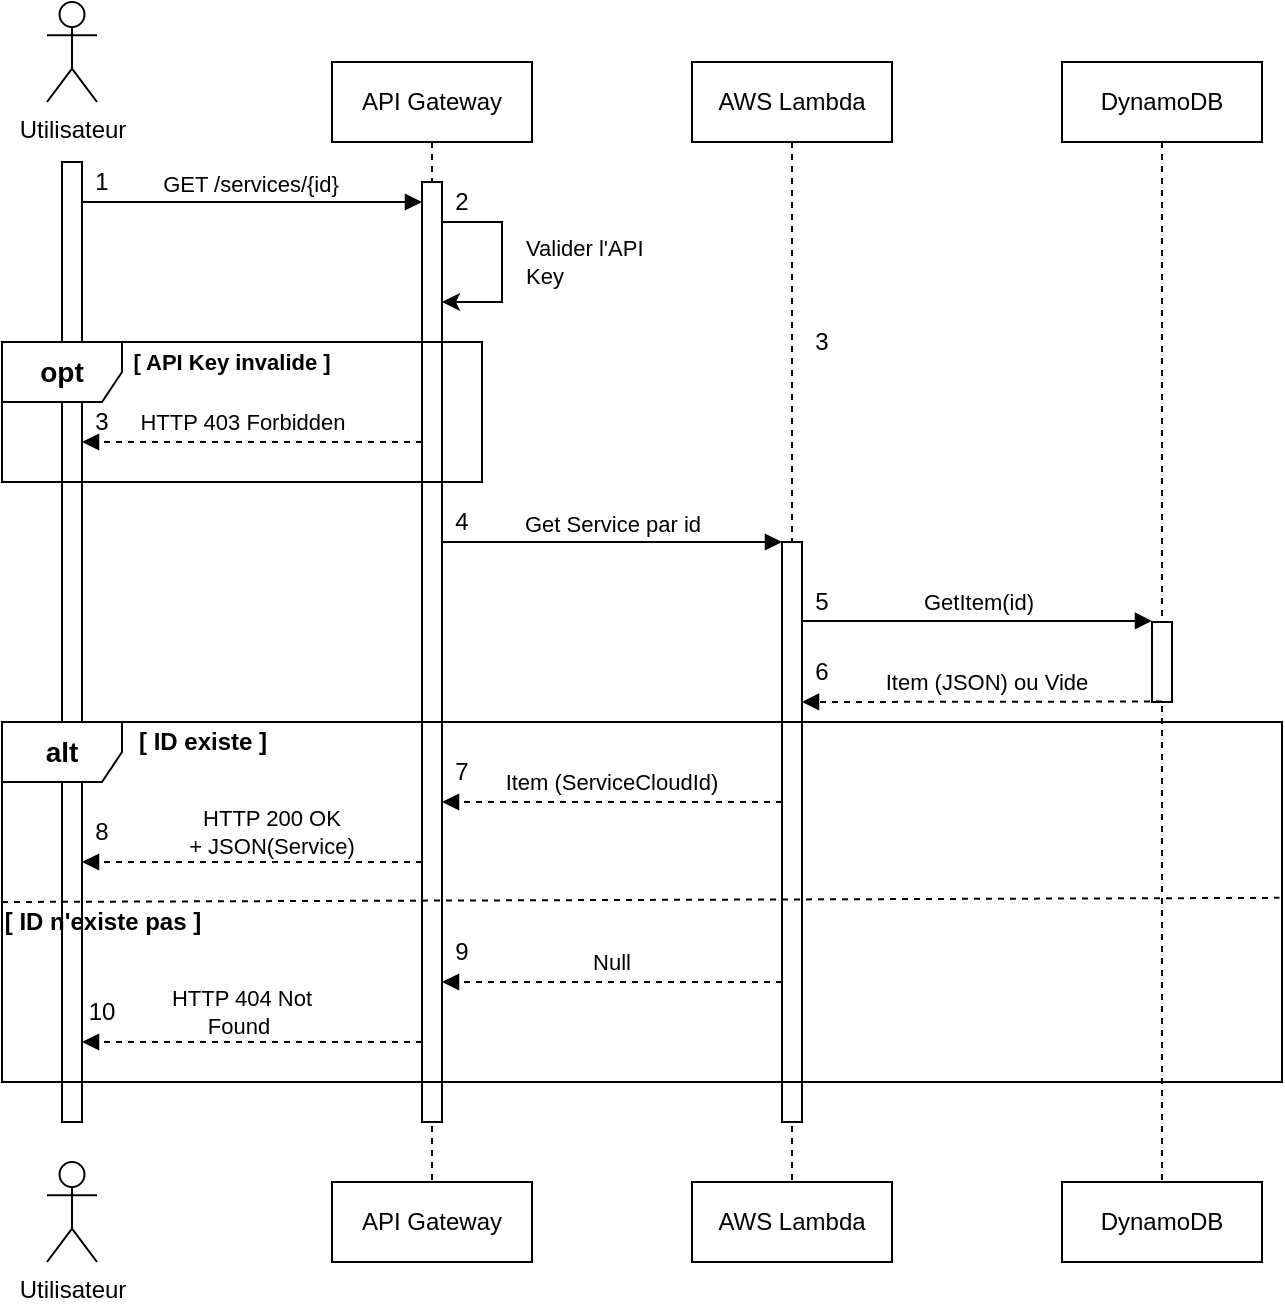
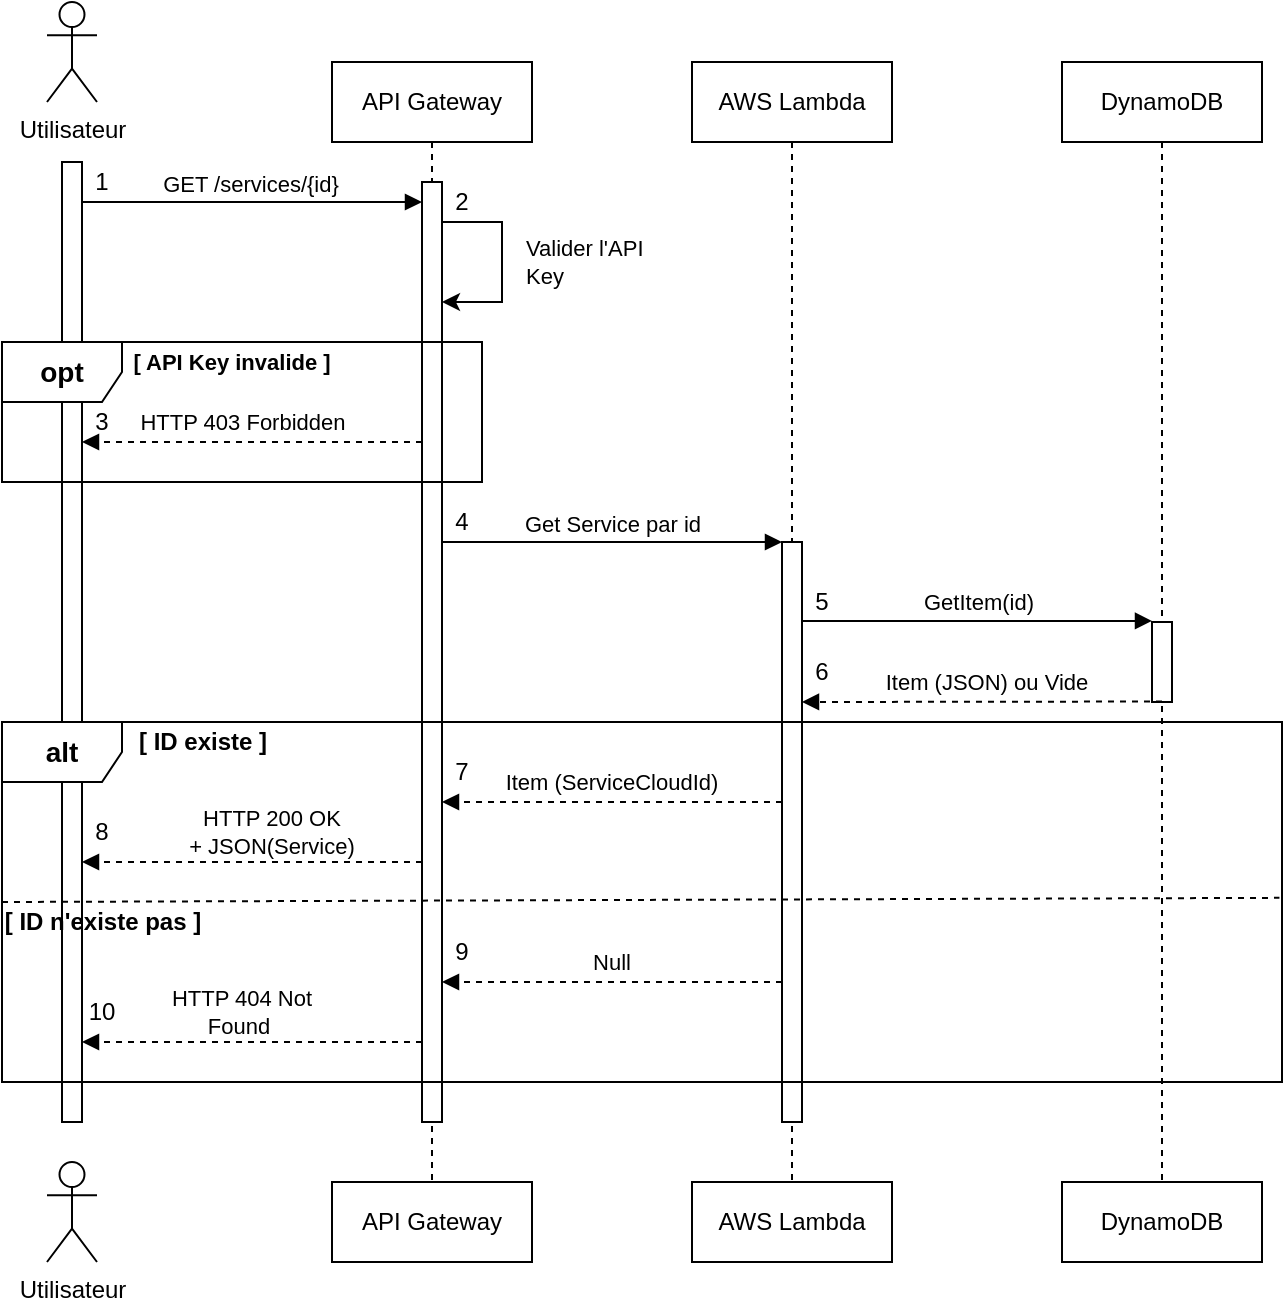
<mxfile host="app.diagrams.net" agent="5.0 (Macintosh; Intel Mac OS X 10_15_7) AppleWebKit/537.36 (KHTML, like Gecko) Chrome/109.0.0.0 Safari/537.36">
  <diagram name="Page-1" id="2YBvvXClWsGukQMizWep">
    <mxGraphModel dx="853" dy="547" grid="1" gridSize="10" guides="1" tooltips="1" connect="1" arrows="1" fold="1" page="1" pageScale="1" pageWidth="850" pageHeight="1100" math="0" shadow="0">
      <root>
        <mxCell id="0" />
        <mxCell id="1" parent="0" />
        <mxCell id="aM9ryv3xv72pqoxQDRHE-1" parent="1" style="shape=umlLifeline;perimeter=lifelinePerimeter;whiteSpace=wrap;html=1;container=0;dropTarget=0;collapsible=0;recursiveResize=0;outlineConnect=0;portConstraint=eastwest;newEdgeStyle={&quot;edgeStyle&quot;:&quot;elbowEdgeStyle&quot;,&quot;elbow&quot;:&quot;vertical&quot;,&quot;curved&quot;:0,&quot;rounded&quot;:0};" value="API Gateway" vertex="1">
          <mxGeometry height="560" width="100" x="285" y="80" as="geometry" />
        </mxCell>
        <mxCell id="aM9ryv3xv72pqoxQDRHE-2" parent="aM9ryv3xv72pqoxQDRHE-1" style="html=1;points=[];perimeter=orthogonalPerimeter;outlineConnect=0;targetShapes=umlLifeline;portConstraint=eastwest;newEdgeStyle={&quot;edgeStyle&quot;:&quot;elbowEdgeStyle&quot;,&quot;elbow&quot;:&quot;vertical&quot;,&quot;curved&quot;:0,&quot;rounded&quot;:0};" value="" vertex="1">
          <mxGeometry height="470" width="10" x="45" y="60" as="geometry" />
        </mxCell>
        <mxCell id="aM9ryv3xv72pqoxQDRHE-5" parent="1" style="shape=umlLifeline;perimeter=lifelinePerimeter;whiteSpace=wrap;html=1;container=0;dropTarget=0;collapsible=0;recursiveResize=0;outlineConnect=0;portConstraint=eastwest;newEdgeStyle={&quot;edgeStyle&quot;:&quot;elbowEdgeStyle&quot;,&quot;elbow&quot;:&quot;vertical&quot;,&quot;curved&quot;:0,&quot;rounded&quot;:0};" value="AWS Lambda" vertex="1">
          <mxGeometry height="560" width="100" x="465" y="80" as="geometry" />
        </mxCell>
        <mxCell id="aM9ryv3xv72pqoxQDRHE-6" parent="aM9ryv3xv72pqoxQDRHE-5" style="html=1;points=[];perimeter=orthogonalPerimeter;outlineConnect=0;targetShapes=umlLifeline;portConstraint=eastwest;newEdgeStyle={&quot;edgeStyle&quot;:&quot;elbowEdgeStyle&quot;,&quot;elbow&quot;:&quot;vertical&quot;,&quot;curved&quot;:0,&quot;rounded&quot;:0};" value="" vertex="1">
          <mxGeometry height="290" width="10" x="45" y="240" as="geometry" />
        </mxCell>
        <mxCell id="aM9ryv3xv72pqoxQDRHE-7" edge="1" parent="1" style="html=1;verticalAlign=bottom;endArrow=block;edgeStyle=elbowEdgeStyle;elbow=vertical;curved=0;rounded=0;" value="GET /services/{id}">
          <mxGeometry relative="1" as="geometry">
            <mxPoint x="-1" as="offset" />
            <Array as="points">
              <mxPoint x="245" y="150" />
            </Array>
            <mxPoint x="160" y="150" as="sourcePoint" />
            <mxPoint x="330" y="150" as="targetPoint" />
          </mxGeometry>
        </mxCell>
        <mxCell id="ydfixyK2cgRqEg1iHaJK-1" parent="1" style="html=1;points=[];perimeter=orthogonalPerimeter;outlineConnect=0;targetShapes=umlLifeline;portConstraint=eastwest;newEdgeStyle={&quot;edgeStyle&quot;:&quot;elbowEdgeStyle&quot;,&quot;elbow&quot;:&quot;vertical&quot;,&quot;curved&quot;:0,&quot;rounded&quot;:0};" value="" vertex="1">
          <mxGeometry height="480" width="10" x="150" y="130" as="geometry" />
        </mxCell>
        <mxCell id="ydfixyK2cgRqEg1iHaJK-2" parent="1" style="shape=umlActor;verticalLabelPosition=bottom;verticalAlign=top;html=1;outlineConnect=0;" value="Utilisateur" vertex="1">
          <mxGeometry height="50" width="25" x="142.5" y="50" as="geometry" />
        </mxCell>
        <mxCell id="ydfixyK2cgRqEg1iHaJK-3" parent="1" style="text;html=1;whiteSpace=wrap;strokeColor=none;fillColor=none;align=center;verticalAlign=middle;rounded=0;" value="1" vertex="1">
          <mxGeometry height="20" width="20" x="160" y="130" as="geometry" />
        </mxCell>
        <mxCell id="ydfixyK2cgRqEg1iHaJK-4" edge="1" parent="1" style="html=1;verticalAlign=bottom;endArrow=block;edgeStyle=elbowEdgeStyle;elbow=vertical;curved=0;rounded=0;" value="GetItem(id)">
          <mxGeometry relative="1" as="geometry">
            <mxPoint as="offset" />
            <Array as="points">
              <mxPoint x="605" y="359.44" />
            </Array>
            <mxPoint x="520" y="359.44" as="sourcePoint" />
            <mxPoint x="695" y="359.44" as="targetPoint" />
          </mxGeometry>
        </mxCell>
        <mxCell id="ydfixyK2cgRqEg1iHaJK-7" parent="1" style="shape=umlFrame;whiteSpace=wrap;html=1;pointerEvents=0;" value="&lt;font style=&quot;font-size: 14px;&quot;&gt;&lt;b&gt;&lt;font&gt;alt&lt;/font&gt;&lt;/b&gt;&lt;/font&gt;" vertex="1">
          <mxGeometry height="180" width="640" x="120" y="410" as="geometry" />
        </mxCell>
        <mxCell id="ydfixyK2cgRqEg1iHaJK-8" parent="1" style="text;align=center;fontStyle=1;verticalAlign=middle;spacingLeft=3;spacingRight=3;strokeColor=none;rotatable=0;points=[[0,0.5],[1,0.5]];portConstraint=eastwest;html=1;" value="[ ID existe ]" vertex="1">
          <mxGeometry height="20" width="60" x="190" y="410" as="geometry" />
        </mxCell>
        <mxCell id="ydfixyK2cgRqEg1iHaJK-9" parent="1" style="text;html=1;whiteSpace=wrap;strokeColor=none;fillColor=none;align=center;verticalAlign=middle;rounded=0;" value="2" vertex="1">
          <mxGeometry height="20" width="20" x="340" y="140" as="geometry" />
        </mxCell>
        <mxCell id="ydfixyK2cgRqEg1iHaJK-15" edge="1" parent="1" style="html=1;verticalAlign=bottom;endArrow=block;edgeStyle=elbowEdgeStyle;elbow=vertical;curved=0;rounded=0;endFill=1;entryX=0;entryY=1;entryDx=0;entryDy=0;dashed=1;" value="">
          <mxGeometry relative="1" as="geometry">
            <Array as="points">
              <mxPoint x="490" y="450" />
            </Array>
            <mxPoint x="510" y="450" as="sourcePoint" />
            <mxPoint x="340" y="450" as="targetPoint" />
          </mxGeometry>
        </mxCell>
        <mxCell id="ydfixyK2cgRqEg1iHaJK-18" parent="1" style="text;html=1;whiteSpace=wrap;strokeColor=none;fillColor=none;align=center;verticalAlign=middle;rounded=0;strokeWidth=1;fontSize=11;" value="Item (ServiceCloudId)" vertex="1">
          <mxGeometry height="20" width="120" x="365" y="430" as="geometry" />
        </mxCell>
        <mxCell id="ydfixyK2cgRqEg1iHaJK-19" edge="1" parent="1" style="html=1;verticalAlign=bottom;endArrow=block;edgeStyle=elbowEdgeStyle;elbow=vertical;curved=0;rounded=0;endFill=1;entryX=1;entryY=0.529;entryDx=0;entryDy=0;entryPerimeter=0;dashed=1;" value="">
          <mxGeometry relative="1" as="geometry">
            <Array as="points">
              <mxPoint x="310" y="480" />
            </Array>
            <mxPoint x="330" y="480" as="sourcePoint" />
            <mxPoint x="160" y="480" as="targetPoint" />
          </mxGeometry>
        </mxCell>
        <mxCell id="ydfixyK2cgRqEg1iHaJK-20" parent="1" style="text;html=1;whiteSpace=wrap;strokeColor=none;fillColor=none;align=center;verticalAlign=middle;rounded=0;" value="4" vertex="1">
          <mxGeometry height="20" width="20" x="340" y="300" as="geometry" />
        </mxCell>
        <mxCell id="ydfixyK2cgRqEg1iHaJK-21" parent="1" style="text;html=1;whiteSpace=wrap;strokeColor=none;fillColor=none;align=center;verticalAlign=middle;rounded=0;strokeWidth=1;fontSize=11;" value="HTTP 200 OK +&amp;nbsp;JSON(Service)" vertex="1">
          <mxGeometry height="30" width="150" x="180" y="450" as="geometry" />
        </mxCell>
        <mxCell id="ydfixyK2cgRqEg1iHaJK-23" edge="1" parent="1" style="endArrow=none;dashed=1;html=1;rounded=0;entryX=0.998;entryY=0.544;entryDx=0;entryDy=0;entryPerimeter=0;" value="">
          <mxGeometry height="50" relative="1" width="50" as="geometry">
            <mxPoint x="120" y="500" as="sourcePoint" />
            <mxPoint x="758.72" y="497.91999999999996" as="targetPoint" />
          </mxGeometry>
        </mxCell>
        <mxCell id="ydfixyK2cgRqEg1iHaJK-26" edge="1" parent="1" style="html=1;verticalAlign=bottom;endArrow=block;edgeStyle=elbowEdgeStyle;elbow=vertical;curved=0;rounded=0;endFill=1;entryX=0;entryY=1;entryDx=0;entryDy=0;dashed=1;" value="">
          <mxGeometry relative="1" as="geometry">
            <Array as="points" />
            <mxPoint x="510" y="540" as="sourcePoint" />
            <mxPoint x="340" y="540" as="targetPoint" />
          </mxGeometry>
        </mxCell>
        <mxCell id="ydfixyK2cgRqEg1iHaJK-28" parent="1" style="text;html=1;whiteSpace=wrap;strokeColor=none;fillColor=none;align=center;verticalAlign=middle;rounded=0;strokeWidth=1;fontSize=11;" value="Null" vertex="1">
          <mxGeometry height="20" width="60" x="395" y="520" as="geometry" />
        </mxCell>
        <mxCell id="ydfixyK2cgRqEg1iHaJK-29" parent="1" style="text;html=1;whiteSpace=wrap;strokeColor=none;fillColor=none;align=center;verticalAlign=middle;rounded=0;" value="&lt;div align=&quot;center&quot;&gt;&amp;nbsp; &amp;nbsp;5&lt;span style=&quot;white-space: pre;&quot;&gt;&#x9;&lt;/span&gt;&lt;/div&gt;" vertex="1">
          <mxGeometry height="20" width="20" x="520" y="340" as="geometry" />
        </mxCell>
        <mxCell id="ydfixyK2cgRqEg1iHaJK-30" edge="1" parent="1" style="html=1;verticalAlign=bottom;endArrow=block;edgeStyle=elbowEdgeStyle;elbow=vertical;curved=0;rounded=0;endFill=1;entryX=1;entryY=0.529;entryDx=0;entryDy=0;entryPerimeter=0;dashed=1;" value="">
          <mxGeometry relative="1" as="geometry">
            <Array as="points">
              <mxPoint x="310" y="570" />
            </Array>
            <mxPoint x="330" y="570" as="sourcePoint" />
            <mxPoint x="160" y="570" as="targetPoint" />
          </mxGeometry>
        </mxCell>
        <mxCell id="ydfixyK2cgRqEg1iHaJK-31" parent="1" style="text;html=1;whiteSpace=wrap;strokeColor=none;fillColor=none;align=center;verticalAlign=middle;rounded=0;fontSize=11;" value="HTTP 404 Not Found&amp;nbsp;" vertex="1">
          <mxGeometry height="30" width="100" x="190" y="540" as="geometry" />
        </mxCell>
        <mxCell id="ydfixyK2cgRqEg1iHaJK-32" parent="1" style="text;html=1;whiteSpace=wrap;strokeColor=none;fillColor=none;align=center;verticalAlign=middle;rounded=0;" value="6" vertex="1">
          <mxGeometry height="30" width="20" x="520" y="370" as="geometry" />
        </mxCell>
        <mxCell id="ydfixyK2cgRqEg1iHaJK-35" parent="1" style="shape=umlLifeline;perimeter=lifelinePerimeter;whiteSpace=wrap;html=1;container=0;dropTarget=0;collapsible=0;recursiveResize=0;outlineConnect=0;portConstraint=eastwest;newEdgeStyle={&quot;edgeStyle&quot;:&quot;elbowEdgeStyle&quot;,&quot;elbow&quot;:&quot;vertical&quot;,&quot;curved&quot;:0,&quot;rounded&quot;:0};" value="API Gateway" vertex="1">
          <mxGeometry height="40" width="100" x="285" y="640" as="geometry" />
        </mxCell>
        <mxCell id="ydfixyK2cgRqEg1iHaJK-38" parent="1" style="shape=umlLifeline;perimeter=lifelinePerimeter;whiteSpace=wrap;html=1;container=0;dropTarget=0;collapsible=0;recursiveResize=0;outlineConnect=0;portConstraint=eastwest;newEdgeStyle={&quot;edgeStyle&quot;:&quot;elbowEdgeStyle&quot;,&quot;elbow&quot;:&quot;vertical&quot;,&quot;curved&quot;:0,&quot;rounded&quot;:0};" value="AWS Lambda" vertex="1">
          <mxGeometry height="40" width="100" x="465" y="640" as="geometry" />
        </mxCell>
        <mxCell id="ydfixyK2cgRqEg1iHaJK-40" parent="1" style="text;align=center;fontStyle=1;verticalAlign=middle;spacingLeft=3;spacingRight=3;strokeColor=none;rotatable=0;points=[[0,0.5],[1,0.5]];portConstraint=eastwest;html=1;" value="[ ID n&#39;existe pas ]" vertex="1">
          <mxGeometry height="20" width="60" x="140" y="500" as="geometry" />
        </mxCell>
        <mxCell id="ydfixyK2cgRqEg1iHaJK-42" parent="1" style="shape=umlActor;verticalLabelPosition=bottom;verticalAlign=top;html=1;outlineConnect=0;" value="Utilisateur" vertex="1">
          <mxGeometry height="50" width="25" x="142.5" y="630" as="geometry" />
        </mxCell>
        <mxCell id="ydfixyK2cgRqEg1iHaJK-45" parent="1" style="shape=umlLifeline;perimeter=lifelinePerimeter;whiteSpace=wrap;html=1;container=0;dropTarget=0;collapsible=0;recursiveResize=0;outlineConnect=0;portConstraint=eastwest;newEdgeStyle={&quot;edgeStyle&quot;:&quot;elbowEdgeStyle&quot;,&quot;elbow&quot;:&quot;vertical&quot;,&quot;curved&quot;:0,&quot;rounded&quot;:0};" value="DynamoDB" vertex="1">
          <mxGeometry height="560" width="100" x="650" y="80" as="geometry" />
        </mxCell>
        <mxCell id="ydfixyK2cgRqEg1iHaJK-46" parent="ydfixyK2cgRqEg1iHaJK-45" style="html=1;points=[];perimeter=orthogonalPerimeter;outlineConnect=0;targetShapes=umlLifeline;portConstraint=eastwest;newEdgeStyle={&quot;edgeStyle&quot;:&quot;elbowEdgeStyle&quot;,&quot;elbow&quot;:&quot;vertical&quot;,&quot;curved&quot;:0,&quot;rounded&quot;:0};" value="" vertex="1">
          <mxGeometry height="40" width="10" x="45" y="280" as="geometry" />
        </mxCell>
        <mxCell id="ydfixyK2cgRqEg1iHaJK-47" parent="1" style="shape=umlLifeline;perimeter=lifelinePerimeter;whiteSpace=wrap;html=1;container=0;dropTarget=0;collapsible=0;recursiveResize=0;outlineConnect=0;portConstraint=eastwest;newEdgeStyle={&quot;edgeStyle&quot;:&quot;elbowEdgeStyle&quot;,&quot;elbow&quot;:&quot;vertical&quot;,&quot;curved&quot;:0,&quot;rounded&quot;:0};" value="DynamoDB" vertex="1">
          <mxGeometry height="40" width="100" x="650" y="640" as="geometry" />
        </mxCell>
        <mxCell id="ydfixyK2cgRqEg1iHaJK-48" edge="1" parent="1" style="html=1;verticalAlign=bottom;endArrow=block;edgeStyle=elbowEdgeStyle;elbow=vertical;curved=0;rounded=0;" value="Get Service par id">
          <mxGeometry relative="1" as="geometry">
            <Array as="points">
              <mxPoint x="425" y="320" />
            </Array>
            <mxPoint x="340" y="320" as="sourcePoint" />
            <mxPoint x="510" y="320" as="targetPoint" />
          </mxGeometry>
        </mxCell>
-         <mxCell id="ydfixyK2cgRqEg1iHaJK-49" parent="1" style="text;html=1;whiteSpace=wrap;strokeColor=none;fillColor=none;align=center;verticalAlign=middle;rounded=0;" value="3" vertex="1">
-           <mxGeometry height="20" width="20" x="520" y="210" as="geometry" />
-         </mxCell>
        <mxCell id="ydfixyK2cgRqEg1iHaJK-52" edge="1" parent="1" source="ydfixyK2cgRqEg1iHaJK-45" style="html=1;verticalAlign=bottom;endArrow=block;edgeStyle=elbowEdgeStyle;elbow=vertical;curved=0;rounded=0;endFill=1;entryX=0;entryY=1;entryDx=0;entryDy=0;dashed=1;exitX=0.5;exitY=0.571;exitDx=0;exitDy=0;exitPerimeter=0;" value="">
          <mxGeometry relative="1" as="geometry">
            <Array as="points">
              <mxPoint x="670" y="400" />
            </Array>
            <mxPoint x="695" y="400" as="sourcePoint" />
            <mxPoint x="520" y="400" as="targetPoint" />
          </mxGeometry>
        </mxCell>
        <mxCell id="ydfixyK2cgRqEg1iHaJK-53" parent="1" style="text;html=1;whiteSpace=wrap;strokeColor=none;fillColor=none;align=center;verticalAlign=middle;rounded=0;fontSize=11;" value="&lt;p data-pm-slice=&quot;1 1 [&amp;quot;bullet_list&amp;quot;,{},&amp;quot;list_item&amp;quot;,{},&amp;quot;bullet_list&amp;quot;,{},&amp;quot;list_item&amp;quot;,{}]&quot;&gt;Item (JSON) ou Vide&lt;/p&gt;" vertex="1">
          <mxGeometry height="20" width="105" x="560" y="380" as="geometry" />
        </mxCell>
        <mxCell id="ydfixyK2cgRqEg1iHaJK-54" edge="1" parent="1" style="edgeStyle=orthogonalEdgeStyle;rounded=0;orthogonalLoop=1;jettySize=auto;html=1;innerLoopWaypoints=1;exitX=0.5;exitY=1;exitDx=0;exitDy=0;">
          <mxGeometry relative="1" as="geometry">
            <mxPoint x="425" y="410" as="sourcePoint" />
            <mxPoint x="425" y="410" as="targetPoint" />
          </mxGeometry>
        </mxCell>
        <mxCell id="ydfixyK2cgRqEg1iHaJK-64" parent="1" style="text;html=1;whiteSpace=wrap;strokeColor=none;fillColor=none;align=center;verticalAlign=middle;rounded=0;" value="9" vertex="1">
          <mxGeometry height="30" width="20" x="340" y="510" as="geometry" />
        </mxCell>
        <mxCell id="ydfixyK2cgRqEg1iHaJK-67" edge="1" parent="1" style="endArrow=classic;html=1;rounded=0;" target="aM9ryv3xv72pqoxQDRHE-2" value="">
          <mxGeometry height="50" relative="1" width="50" as="geometry">
            <Array as="points">
              <mxPoint x="370" y="160" />
              <mxPoint x="370" y="200" />
            </Array>
            <mxPoint x="340" y="160" as="sourcePoint" />
            <mxPoint x="560" y="160" as="targetPoint" />
          </mxGeometry>
        </mxCell>
        <mxCell id="ydfixyK2cgRqEg1iHaJK-70" parent="1" style="text;html=1;whiteSpace=wrap;strokeColor=none;fillColor=none;align=left;verticalAlign=middle;rounded=0;fontSize=11;" value="&lt;div align=&quot;left&quot;&gt;Valider l&#39;API Key&lt;/div&gt;" vertex="1">
          <mxGeometry height="40" width="70" x="380" y="160" as="geometry" />
        </mxCell>
        <mxCell id="ydfixyK2cgRqEg1iHaJK-75" parent="1" style="shape=umlFrame;whiteSpace=wrap;html=1;pointerEvents=0;" value="&lt;font style=&quot;font-size: 14px;&quot;&gt;&lt;b&gt;opt&lt;/b&gt;&lt;/font&gt;" vertex="1">
          <mxGeometry height="70" width="240" x="120" y="220" as="geometry" />
        </mxCell>
        <mxCell id="ydfixyK2cgRqEg1iHaJK-78" parent="1" style="text;html=1;whiteSpace=wrap;strokeColor=none;fillColor=none;align=center;verticalAlign=middle;rounded=0;fontSize=11;fontStyle=1" value="[ API Key invalide ]" vertex="1">
          <mxGeometry height="20" width="110" x="180" y="220" as="geometry" />
        </mxCell>
        <mxCell id="ydfixyK2cgRqEg1iHaJK-83" edge="1" parent="1" style="html=1;verticalAlign=bottom;endArrow=block;edgeStyle=elbowEdgeStyle;elbow=vertical;curved=0;rounded=0;endFill=1;dashed=1;exitX=0.5;exitY=0.571;exitDx=0;exitDy=0;exitPerimeter=0;entryX=1;entryY=0.292;entryDx=0;entryDy=0;entryPerimeter=0;" target="ydfixyK2cgRqEg1iHaJK-1" value="">
          <mxGeometry relative="1" as="geometry">
            <Array as="points">
              <mxPoint x="300" y="270" />
            </Array>
            <mxPoint x="330" y="270" as="sourcePoint" />
            <mxPoint x="180" y="270" as="targetPoint" />
          </mxGeometry>
        </mxCell>
        <mxCell id="ydfixyK2cgRqEg1iHaJK-86" parent="1" style="text;html=1;whiteSpace=wrap;strokeColor=none;fillColor=none;align=center;verticalAlign=middle;rounded=0;fontSize=11;" value="HTTP 403 Forbidden" vertex="1">
          <mxGeometry height="20" width="105" x="187.5" y="250" as="geometry" />
        </mxCell>
        <mxCell id="ydfixyK2cgRqEg1iHaJK-87" parent="1" style="text;html=1;whiteSpace=wrap;strokeColor=none;fillColor=none;align=center;verticalAlign=middle;rounded=0;" value="3" vertex="1">
          <mxGeometry height="20" width="20" x="160" y="250" as="geometry" />
        </mxCell>
        <mxCell id="ydfixyK2cgRqEg1iHaJK-88" parent="1" style="text;html=1;whiteSpace=wrap;strokeColor=none;fillColor=none;align=center;verticalAlign=middle;rounded=0;" value="7" vertex="1">
          <mxGeometry height="30" width="20" x="340" y="420" as="geometry" />
        </mxCell>
        <mxCell id="ydfixyK2cgRqEg1iHaJK-89" parent="1" style="text;html=1;whiteSpace=wrap;strokeColor=none;fillColor=none;align=center;verticalAlign=middle;rounded=0;" value="8" vertex="1">
          <mxGeometry height="20" width="20" x="160" y="455" as="geometry" />
        </mxCell>
        <mxCell id="ydfixyK2cgRqEg1iHaJK-92" parent="1" style="text;html=1;whiteSpace=wrap;strokeColor=none;fillColor=none;align=center;verticalAlign=middle;rounded=0;" value="10" vertex="1">
          <mxGeometry height="30" width="20" x="160" y="540" as="geometry" />
        </mxCell>
      </root>
    </mxGraphModel>
  </diagram>
</mxfile>
